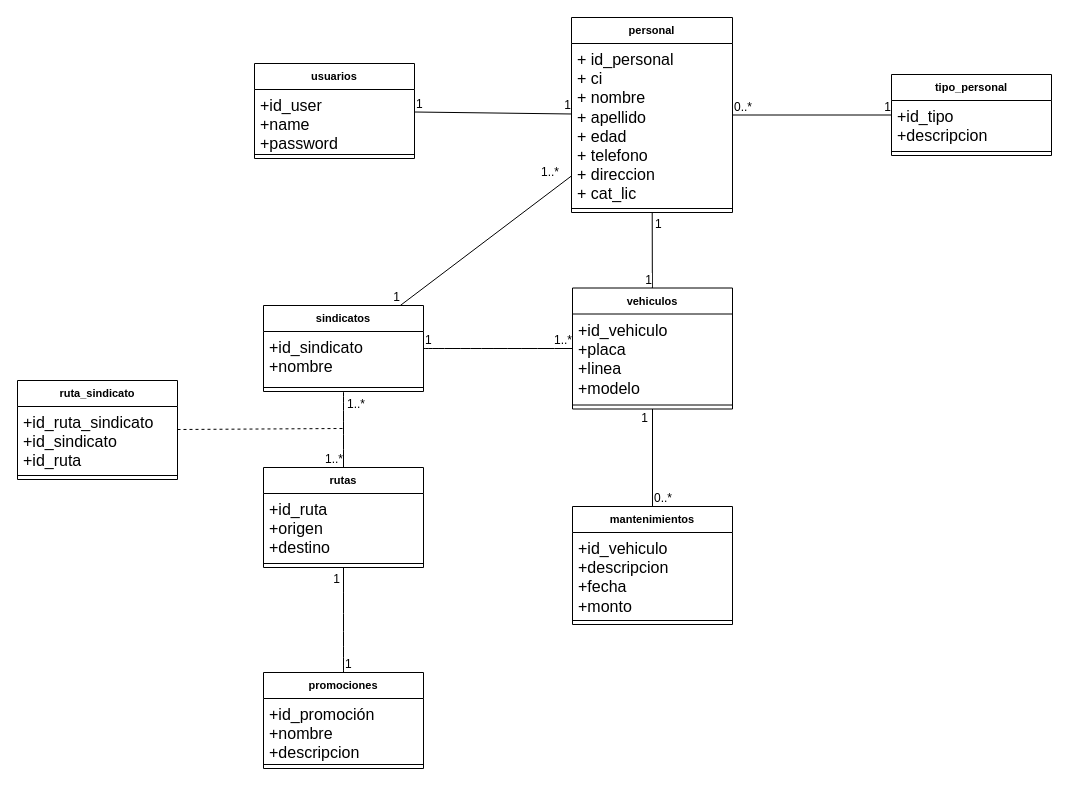
Before: DIAGRAMA UML/sindicato27.drawio in PANDITHAjr/WEB-TRANSPORTE-2022-2, a draw.io diagram. Source tidied: cells renumbered, new cells numbered last; positions are measured from the earlier drawing's top-left corner, leaving out a move shared by most shapes. Both pictures are drawn from the tidied source at 100%, with x=0, y=0 at pixel (17, 17).
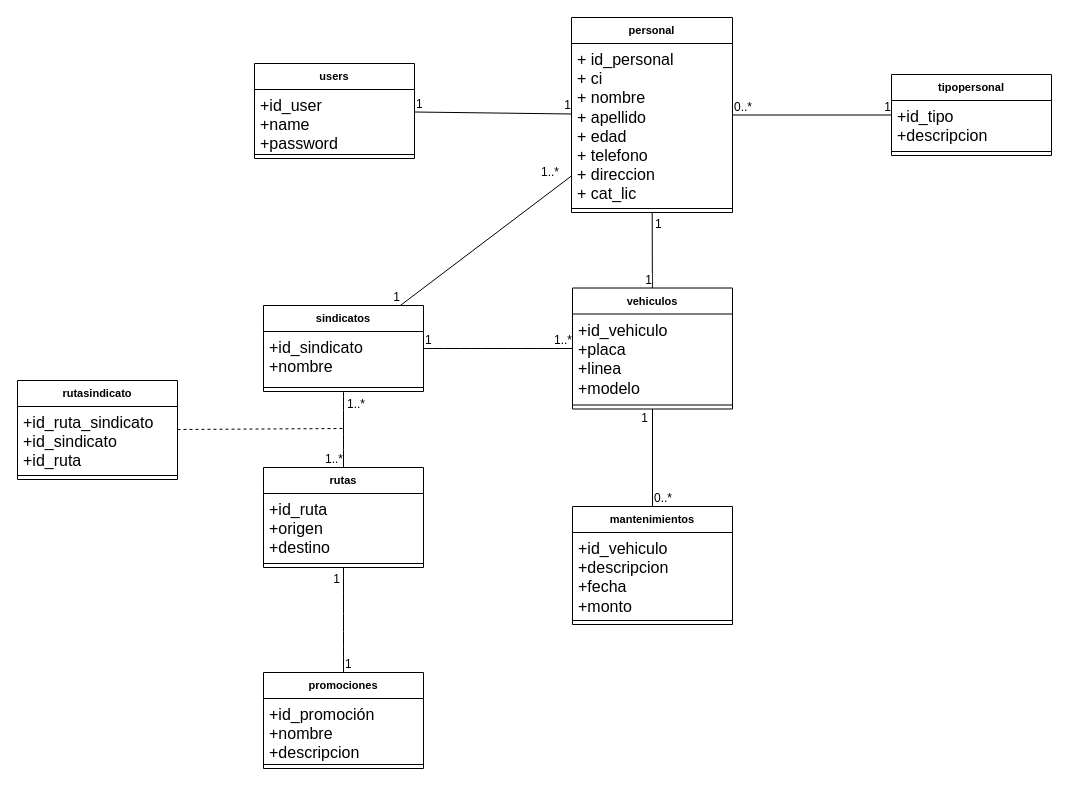
After the change.

What changed in the source:
```diff
@@
-    <mxCell id="5" value="tipo_personal" style="swimlane;fontStyle=1;align=center;verticalAlign=top;horizontal=1;startSize=26;whiteSpace=wrap;html=1;fontFamily=Helvetica;fontSize=11;fontColor=default;" parent="1" vertex="1">
+    <mxCell id="5" value="tipopersonal" style="swimlane;fontStyle=1;align=center;verticalAlign=top;horizontal=1;startSize=26;whiteSpace=wrap;html=1;fontFamily=Helvetica;fontSize=11;fontColor=default;" parent="1" vertex="1">
       <mxGeometry x="874" y="57" width="160" height="81" as="geometry" />
     </mxCell>
@@
-    <mxCell id="8" value="usuarios" style="swimlane;fontStyle=1;align=center;verticalAlign=top;horizontal=1;startSize=26;whiteSpace=wrap;html=1;fontFamily=Helvetica;fontSize=11;fontColor=default;" parent="1" vertex="1">
+    <mxCell id="8" value="users" style="swimlane;fontStyle=1;align=center;verticalAlign=top;horizontal=1;startSize=26;whiteSpace=wrap;html=1;fontFamily=Helvetica;fontSize=11;fontColor=default;" parent="1" vertex="1">
       <mxGeometry x="237" y="46" width="160" height="95" as="geometry" />
     </mxCell>
@@
-    <mxCell id="45" value="ruta_sindicato" style="swimlane;fontStyle=1;align=center;verticalAlign=top;horizontal=1;startSize=26;whiteSpace=wrap;html=1;fontFamily=Helvetica;fontSize=11;fontColor=default;" parent="1" vertex="1">
+    <mxCell id="45" value="rutasindicato" style="swimlane;fontStyle=1;align=center;verticalAlign=top;horizontal=1;startSize=26;whiteSpace=wrap;html=1;fontFamily=Helvetica;fontSize=11;fontColor=default;" parent="1" vertex="1">
       <mxGeometry y="363" width="160" height="99" as="geometry" />
     </mxCell>
```
